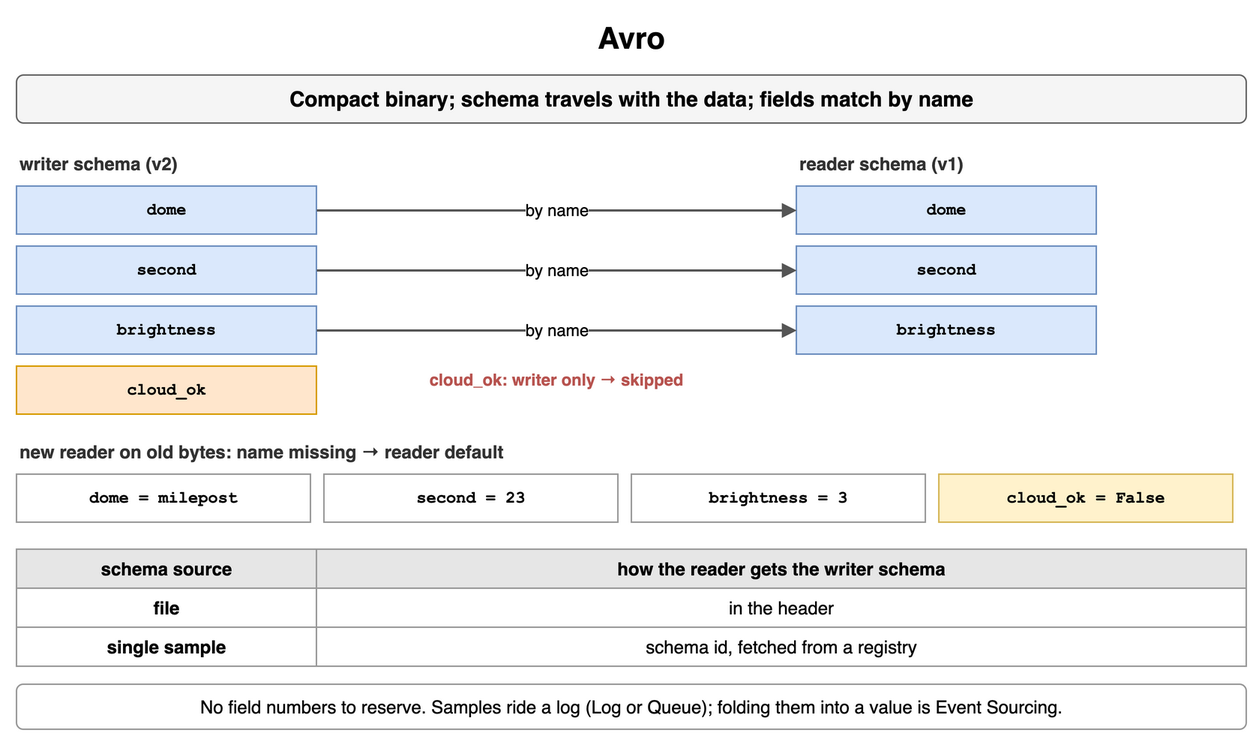
Earlier version of the draw.io export content/09_System_Design_Interview/14_Encoding_Serialization_and_Schema_Evolution/diagrams/encoding-3-avro.png (amendez13/swe-study-guide). Source tidied: cells renumbered, new cells last; positions are measured from the earlier drawing's top-left corner, leaving out a move shared by most shapes.
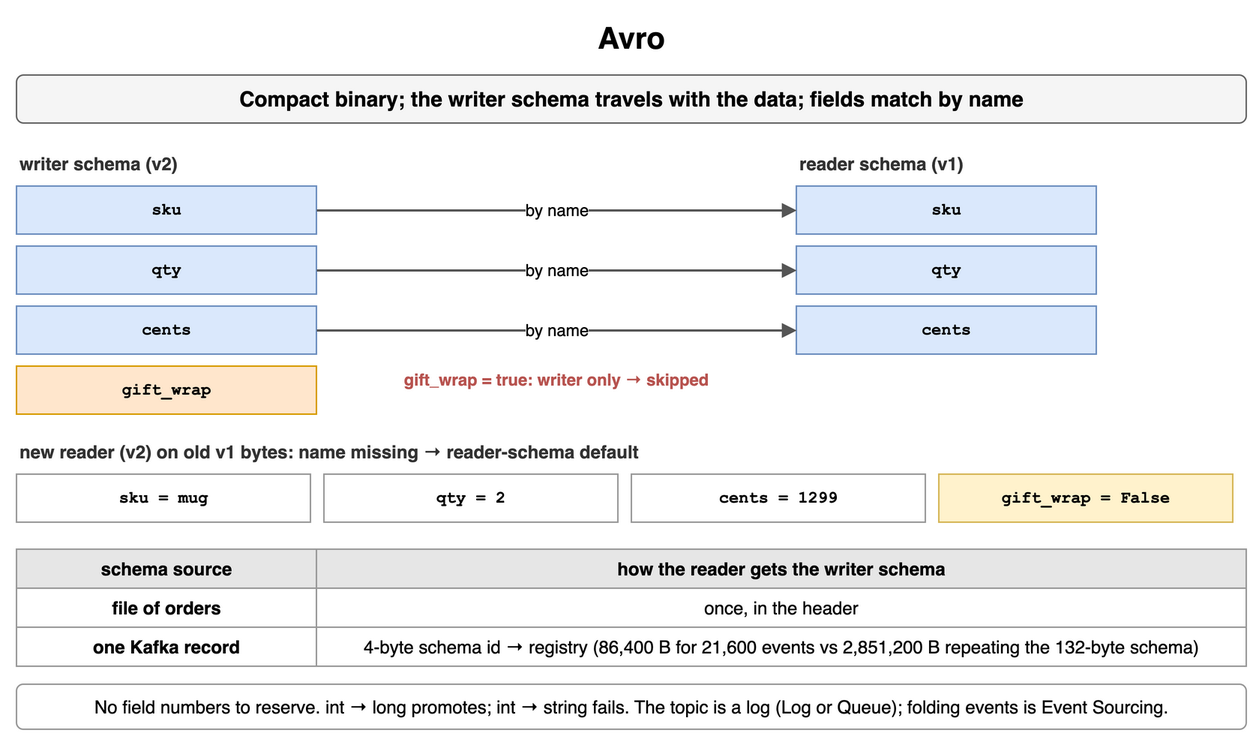
The same diagram one commit later.

The edit, as a diff of the source:
```diff
@@ -5,7 +5,7 @@
     <mxCell id="2" value="Avro" style="text;html=1;align=center;verticalAlign=middle;whiteSpace=wrap;fontSize=20;fontStyle=1;" parent="1" vertex="1">
       <mxGeometry width="820" height="30" as="geometry" />
     </mxCell>
-    <mxCell id="3" value="Compact binary; schema travels with the data; fields match by name" style="rounded=1;whiteSpace=wrap;html=1;fillColor=#f5f5f5;strokeColor=#666666;fontStyle=1;fontSize=14;" parent="1" vertex="1">
+    <mxCell id="3" value="Compact binary; the writer schema travels with the data; fields match by name" style="rounded=1;whiteSpace=wrap;html=1;fillColor=#f5f5f5;strokeColor=#666666;fontStyle=1;fontSize=14;" parent="1" vertex="1">
       <mxGeometry y="40" width="820" height="32" as="geometry" />
     </mxCell>
     <mxCell id="4" value="writer schema (v2)" style="text;html=1;whiteSpace=wrap;fontSize=11;align=left;verticalAlign=middle;fontSize=12;fontColor=#333333;fontStyle=1;" parent="1" vertex="1">
@@ -14,52 +14,52 @@
     <mxCell id="5" value="reader schema (v1)" style="text;html=1;whiteSpace=wrap;fontSize=11;align=left;verticalAlign=middle;fontSize=12;fontColor=#333333;fontStyle=1;" parent="1" vertex="1">
       <mxGeometry x="520" y="90" width="200" height="18" as="geometry" />
     </mxCell>
-    <mxCell id="6" value="dome" style="rounded=0;whiteSpace=wrap;html=1;fontFamily=Courier New;fontStyle=1;fontSize=13;fillColor=#dae8fc;strokeColor=#6c8ebf;fontSize=11;" parent="1" vertex="1">
+    <mxCell id="6" value="sku" style="rounded=0;whiteSpace=wrap;html=1;fontFamily=Courier New;fontStyle=1;fontSize=13;fillColor=#dae8fc;strokeColor=#6c8ebf;fontSize=11;" parent="1" vertex="1">
       <mxGeometry y="114" width="200" height="32" as="geometry" />
     </mxCell>
-    <mxCell id="7" value="dome" style="rounded=0;whiteSpace=wrap;html=1;fontFamily=Courier New;fontStyle=1;fontSize=13;fillColor=#dae8fc;strokeColor=#6c8ebf;fontSize=11;" parent="1" vertex="1">
+    <mxCell id="7" value="sku" style="rounded=0;whiteSpace=wrap;html=1;fontFamily=Courier New;fontStyle=1;fontSize=13;fillColor=#dae8fc;strokeColor=#6c8ebf;fontSize=11;" parent="1" vertex="1">
       <mxGeometry x="520" y="114" width="200" height="32" as="geometry" />
     </mxCell>
     <mxCell id="8" value="by name" style="endArrow=block;endSize=6;html=1;strokeWidth=1.5;strokeColor=#555555;fontSize=11;labelBackgroundColor=#ffffff;" parent="1" edge="1" source="6" target="7">
       <mxGeometry relative="1" as="geometry" />
     </mxCell>
-    <mxCell id="9" value="second" style="rounded=0;whiteSpace=wrap;html=1;fontFamily=Courier New;fontStyle=1;fontSize=13;fillColor=#dae8fc;strokeColor=#6c8ebf;fontSize=11;" parent="1" vertex="1">
+    <mxCell id="9" value="qty" style="rounded=0;whiteSpace=wrap;html=1;fontFamily=Courier New;fontStyle=1;fontSize=13;fillColor=#dae8fc;strokeColor=#6c8ebf;fontSize=11;" parent="1" vertex="1">
       <mxGeometry y="154" width="200" height="32" as="geometry" />
     </mxCell>
-    <mxCell id="10" value="second" style="rounded=0;whiteSpace=wrap;html=1;fontFamily=Courier New;fontStyle=1;fontSize=13;fillColor=#dae8fc;strokeColor=#6c8ebf;fontSize=11;" parent="1" vertex="1">
+    <mxCell id="10" value="qty" style="rounded=0;whiteSpace=wrap;html=1;fontFamily=Courier New;fontStyle=1;fontSize=13;fillColor=#dae8fc;strokeColor=#6c8ebf;fontSize=11;" parent="1" vertex="1">
       <mxGeometry x="520" y="154" width="200" height="32" as="geometry" />
     </mxCell>
     <mxCell id="11" value="by name" style="endArrow=block;endSize=6;html=1;strokeWidth=1.5;strokeColor=#555555;fontSize=11;labelBackgroundColor=#ffffff;" parent="1" edge="1" source="9" target="10">
       <mxGeometry relative="1" as="geometry" />
     </mxCell>
-    <mxCell id="12" value="brightness" style="rounded=0;whiteSpace=wrap;html=1;fontFamily=Courier New;fontStyle=1;fontSize=13;fillColor=#dae8fc;strokeColor=#6c8ebf;fontSize=11;" parent="1" vertex="1">
+    <mxCell id="12" value="cents" style="rounded=0;whiteSpace=wrap;html=1;fontFamily=Courier New;fontStyle=1;fontSize=13;fillColor=#dae8fc;strokeColor=#6c8ebf;fontSize=11;" parent="1" vertex="1">
       <mxGeometry y="194" width="200" height="32" as="geometry" />
     </mxCell>
-    <mxCell id="13" value="brightness" style="rounded=0;whiteSpace=wrap;html=1;fontFamily=Courier New;fontStyle=1;fontSize=13;fillColor=#dae8fc;strokeColor=#6c8ebf;fontSize=11;" parent="1" vertex="1">
+    <mxCell id="13" value="cents" style="rounded=0;whiteSpace=wrap;html=1;fontFamily=Courier New;fontStyle=1;fontSize=13;fillColor=#dae8fc;strokeColor=#6c8ebf;fontSize=11;" parent="1" vertex="1">
       <mxGeometry x="520" y="194" width="200" height="32" as="geometry" />
     </mxCell>
     <mxCell id="14" value="by name" style="endArrow=block;endSize=6;html=1;strokeWidth=1.5;strokeColor=#555555;fontSize=11;labelBackgroundColor=#ffffff;" parent="1" edge="1" source="12" target="13">
       <mxGeometry relative="1" as="geometry" />
     </mxCell>
-    <mxCell id="15" value="cloud_ok" style="rounded=0;whiteSpace=wrap;html=1;fontFamily=Courier New;fontStyle=1;fontSize=13;fillColor=#ffe6cc;strokeColor=#d79b00;fontSize=11;" parent="1" vertex="1">
+    <mxCell id="15" value="gift_wrap" style="rounded=0;whiteSpace=wrap;html=1;fontFamily=Courier New;fontStyle=1;fontSize=13;fillColor=#ffe6cc;strokeColor=#d79b00;fontSize=11;" parent="1" vertex="1">
       <mxGeometry y="234" width="200" height="32" as="geometry" />
     </mxCell>
-    <mxCell id="16" value="cloud_ok: writer only → skipped" style="text;html=1;whiteSpace=wrap;fontSize=11;align=center;verticalAlign=middle;fontSize=11;fontColor=#b85450;fontStyle=1;" parent="1" vertex="1">
-      <mxGeometry x="220" y="234" width="280" height="18" as="geometry" />
+    <mxCell id="16" value="gift_wrap = true: writer only → skipped" style="text;html=1;whiteSpace=wrap;fontSize=11;align=center;verticalAlign=middle;fontSize=11;fontColor=#b85450;fontStyle=1;" parent="1" vertex="1">
+      <mxGeometry x="210" y="234" width="300" height="18" as="geometry" />
     </mxCell>
-    <mxCell id="17" value="new reader on old bytes: name missing → reader default" style="text;html=1;whiteSpace=wrap;fontSize=11;align=left;verticalAlign=middle;fontSize=12;fontColor=#333333;fontStyle=1;" parent="1" vertex="1">
-      <mxGeometry y="282" width="600" height="18" as="geometry" />
+    <mxCell id="17" value="new reader (v2) on old v1 bytes: name missing → reader-schema default" style="text;html=1;whiteSpace=wrap;fontSize=11;align=left;verticalAlign=middle;fontSize=12;fontColor=#333333;fontStyle=1;" parent="1" vertex="1">
+      <mxGeometry y="282" width="700" height="18" as="geometry" />
     </mxCell>
-    <mxCell id="18" value="dome = milepost" style="rounded=0;whiteSpace=wrap;html=1;fontFamily=Courier New;fontStyle=1;fontSize=13;fillColor=#ffffff;strokeColor=#999999;fontSize=11;" parent="1" vertex="1">
+    <mxCell id="18" value="sku = mug" style="rounded=0;whiteSpace=wrap;html=1;fontFamily=Courier New;fontStyle=1;fontSize=13;fillColor=#ffffff;strokeColor=#999999;fontSize=11;" parent="1" vertex="1">
       <mxGeometry y="306" width="196" height="32" as="geometry" />
     </mxCell>
-    <mxCell id="19" value="second = 23" style="rounded=0;whiteSpace=wrap;html=1;fontFamily=Courier New;fontStyle=1;fontSize=13;fillColor=#ffffff;strokeColor=#999999;fontSize=11;" parent="1" vertex="1">
+    <mxCell id="19" value="qty = 2" style="rounded=0;whiteSpace=wrap;html=1;fontFamily=Courier New;fontStyle=1;fontSize=13;fillColor=#ffffff;strokeColor=#999999;fontSize=11;" parent="1" vertex="1">
       <mxGeometry x="205" y="306" width="196" height="32" as="geometry" />
     </mxCell>
-    <mxCell id="20" value="brightness = 3" style="rounded=0;whiteSpace=wrap;html=1;fontFamily=Courier New;fontStyle=1;fontSize=13;fillColor=#ffffff;strokeColor=#999999;fontSize=11;" parent="1" vertex="1">
+    <mxCell id="20" value="cents = 1299" style="rounded=0;whiteSpace=wrap;html=1;fontFamily=Courier New;fontStyle=1;fontSize=13;fillColor=#ffffff;strokeColor=#999999;fontSize=11;" parent="1" vertex="1">
       <mxGeometry x="410" y="306" width="196" height="32" as="geometry" />
     </mxCell>
-    <mxCell id="21" value="cloud_ok = False" style="rounded=0;whiteSpace=wrap;html=1;fontFamily=Courier New;fontStyle=1;fontSize=13;fillColor=#fff2cc;strokeColor=#d6b656;fontSize=11;" parent="1" vertex="1">
+    <mxCell id="21" value="gift_wrap = False" style="rounded=0;whiteSpace=wrap;html=1;fontFamily=Courier New;fontStyle=1;fontSize=13;fillColor=#fff2cc;strokeColor=#d6b656;fontSize=11;" parent="1" vertex="1">
       <mxGeometry x="615" y="306" width="196" height="32" as="geometry" />
     </mxCell>
     <mxCell id="22" value="schema source" style="whiteSpace=wrap;html=1;fillColor=#e6e6e6;strokeColor=#999999;fontStyle=1;fontSize=12;" parent="1" vertex="1">
@@ -68,19 +68,19 @@
     <mxCell id="23" value="how the reader gets the writer schema" style="whiteSpace=wrap;html=1;fillColor=#e6e6e6;strokeColor=#999999;fontStyle=1;fontSize=12;" parent="1" vertex="1">
       <mxGeometry x="200" y="356" width="620" height="26" as="geometry" />
     </mxCell>
-    <mxCell id="24" value="file" style="whiteSpace=wrap;html=1;strokeColor=#999999;fontSize=12;fillColor=#ffffff;fontStyle=1;" parent="1" vertex="1">
+    <mxCell id="24" value="file of orders" style="whiteSpace=wrap;html=1;strokeColor=#999999;fontSize=12;fillColor=#ffffff;fontStyle=1;" parent="1" vertex="1">
       <mxGeometry y="382" width="200" height="26" as="geometry" />
     </mxCell>
-    <mxCell id="25" value="in the header" style="whiteSpace=wrap;html=1;strokeColor=#999999;fontSize=12;fillColor=#ffffff;" parent="1" vertex="1">
+    <mxCell id="25" value="once, in the header" style="whiteSpace=wrap;html=1;strokeColor=#999999;fontSize=12;fillColor=#ffffff;" parent="1" vertex="1">
       <mxGeometry x="200" y="382" width="620" height="26" as="geometry" />
     </mxCell>
-    <mxCell id="26" value="single sample" style="whiteSpace=wrap;html=1;strokeColor=#999999;fontSize=12;fillColor=#ffffff;fontStyle=1;" parent="1" vertex="1">
+    <mxCell id="26" value="one Kafka record" style="whiteSpace=wrap;html=1;strokeColor=#999999;fontSize=12;fillColor=#ffffff;fontStyle=1;" parent="1" vertex="1">
       <mxGeometry y="408" width="200" height="26" as="geometry" />
     </mxCell>
-    <mxCell id="27" value="schema id, fetched from a registry" style="whiteSpace=wrap;html=1;strokeColor=#999999;fontSize=12;fillColor=#ffffff;" parent="1" vertex="1">
+    <mxCell id="27" value="4-byte schema id → registry (86,400 B for 21,600 events vs 2,851,200 B repeating the 132-byte schema)" style="whiteSpace=wrap;html=1;strokeColor=#999999;fontSize=12;fillColor=#ffffff;" parent="1" vertex="1">
       <mxGeometry x="200" y="408" width="620" height="26" as="geometry" />
     </mxCell>
-    <mxCell id="28" value="No field numbers to reserve. Samples ride a log (Log or Queue); folding them into a value is Event Sourcing." style="rounded=1;whiteSpace=wrap;html=1;fillColor=#ffffff;strokeColor=#999999;fontSize=12;align=center;" parent="1" vertex="1">
+    <mxCell id="28" value="No field numbers to reserve. int → long promotes; int → string fails. The topic is a log (Log or Queue); folding events is Event Sourcing." style="rounded=1;whiteSpace=wrap;html=1;fillColor=#ffffff;strokeColor=#999999;fontSize=12;align=center;" parent="1" vertex="1">
       <mxGeometry y="446" width="820" height="30" as="geometry" />
     </mxCell>
   </root>
```
